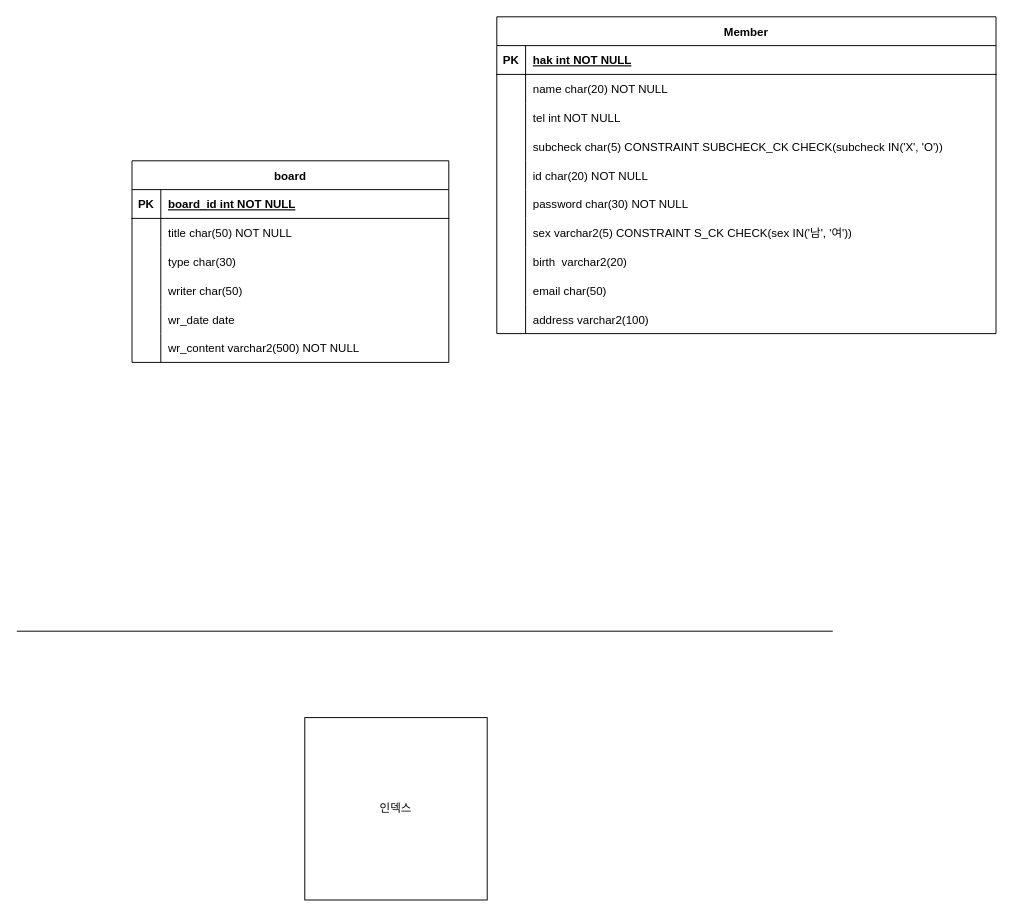
riulwoo/Yuhan_Reference_Web_Reference keeps this draw.io diagram as Untitled Diagram.drawio. Above is the earlier version. Source tidied: cells renumbered, new cells numbered last; positions are measured from the earlier drawing's top-left corner, leaving out a move shared by most shapes. Both pictures are drawn from the tidied source at 96%, with x=0, y=0 at pixel (16, 16).
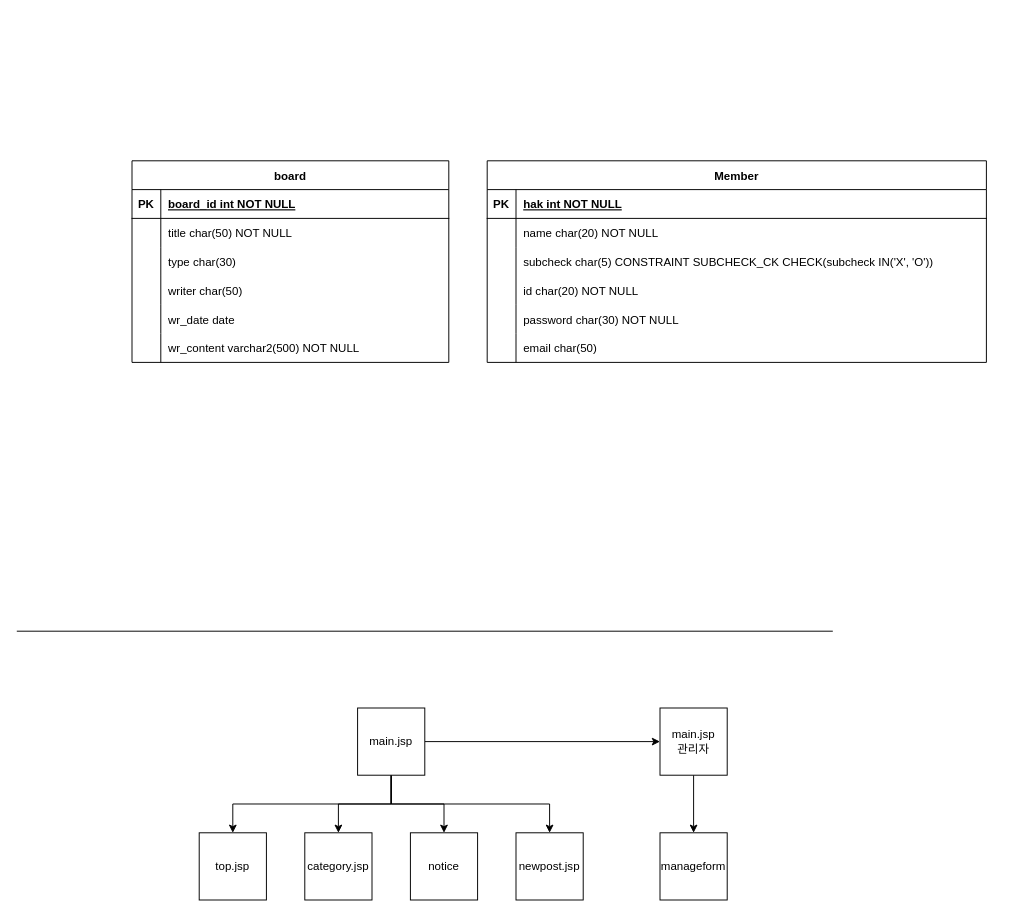
Above is the later version.

The edit, as a diff of the source:
```diff
@@
     <mxCell id="2" value="Member" style="shape=table;startSize=30;childLayout=tableLayout;rowLines=0;fontStyle=1;align=center;" parent="1" vertex="1">
-      <mxGeometry x="500" width="520" height="330" as="geometry" />
+      <mxGeometry x="490" y="150" width="520" height="210" as="geometry" />
     </mxCell>
@@
-    <mxCell id="9" style="shape=tableRow;horizontal=0;startSize=0;swimlaneHead=0;swimlaneBody=0;fillColor=none;top=0;left=0;right=0;bottom=0;" parent="2" vertex="1">
-      <mxGeometry y="90" width="520" height="30" as="geometry" />
-    </mxCell>
-    <mxCell id="10" style="shape=partialRectangle;overflow=hidden;fillColor=none;top=0;left=0;bottom=0;right=0;" parent="9" vertex="1">
-      <mxGeometry width="30" height="30" as="geometry" />
-    </mxCell>
-    <mxCell id="11" value="tel int NOT NULL" style="shape=partialRectangle;overflow=hidden;fillColor=none;align=left;top=0;left=0;bottom=0;right=0;spacingLeft=6;" parent="9" vertex="1">
-      <mxGeometry x="30" width="490" height="30" as="geometry" />
-    </mxCell>
     <mxCell id="12" style="shape=tableRow;horizontal=0;startSize=0;swimlaneHead=0;swimlaneBody=0;fillColor=none;top=0;left=0;right=0;bottom=0;" parent="2" vertex="1">
-      <mxGeometry y="120" width="520" height="30" as="geometry" />
+      <mxGeometry y="90" width="520" height="30" as="geometry" />
     </mxCell>
@@
     <mxCell id="15" style="shape=tableRow;horizontal=0;startSize=0;swimlaneHead=0;swimlaneBody=0;fillColor=none;top=0;left=0;right=0;bottom=0;" parent="2" vertex="1">
-      <mxGeometry y="150" width="520" height="30" as="geometry" />
+      <mxGeometry y="120" width="520" height="30" as="geometry" />
     </mxCell>
@@
     <mxCell id="18" style="shape=tableRow;horizontal=0;startSize=0;swimlaneHead=0;swimlaneBody=0;fillColor=none;top=0;left=0;right=0;bottom=0;" parent="2" vertex="1">
-      <mxGeometry y="180" width="520" height="30" as="geometry" />
+      <mxGeometry y="150" width="520" height="30" as="geometry" />
     </mxCell>
@@
-    <mxCell id="21" style="shape=tableRow;horizontal=0;startSize=0;swimlaneHead=0;swimlaneBody=0;fillColor=none;top=0;left=0;right=0;bottom=0;" parent="2" vertex="1">
-      <mxGeometry y="210" width="520" height="30" as="geometry" />
-    </mxCell>
-    <mxCell id="22" style="shape=partialRectangle;overflow=hidden;fillColor=none;top=0;left=0;bottom=0;right=0;" parent="21" vertex="1">
-      <mxGeometry width="30" height="30" as="geometry" />
-    </mxCell>
-    <mxCell id="23" value="sex varchar2(5) CONSTRAINT S_CK CHECK(sex IN('남', '여'))" style="shape=partialRectangle;overflow=hidden;fillColor=none;align=left;top=0;left=0;bottom=0;right=0;spacingLeft=6;" parent="21" vertex="1">
-      <mxGeometry x="30" width="490" height="30" as="geometry" />
-    </mxCell>
-    <mxCell id="24" style="shape=tableRow;horizontal=0;startSize=0;swimlaneHead=0;swimlaneBody=0;fillColor=none;top=0;left=0;right=0;bottom=0;" parent="2" vertex="1">
-      <mxGeometry y="240" width="520" height="30" as="geometry" />
-    </mxCell>
-    <mxCell id="25" style="shape=partialRectangle;overflow=hidden;fillColor=none;top=0;left=0;bottom=0;right=0;" parent="24" vertex="1">
-      <mxGeometry width="30" height="30" as="geometry" />
-    </mxCell>
-    <mxCell id="26" value="birth  varchar2(20)" style="shape=partialRectangle;overflow=hidden;fillColor=none;align=left;top=0;left=0;bottom=0;right=0;spacingLeft=6;" parent="24" vertex="1">
-      <mxGeometry x="30" width="490" height="30" as="geometry" />
-    </mxCell>
     <mxCell id="27" style="shape=tableRow;horizontal=0;startSize=0;swimlaneHead=0;swimlaneBody=0;fillColor=none;top=0;left=0;right=0;bottom=0;" parent="2" vertex="1">
-      <mxGeometry y="270" width="520" height="30" as="geometry" />
+      <mxGeometry y="180" width="520" height="30" as="geometry" />
     </mxCell>
@@
-    <mxCell id="30" style="shape=tableRow;horizontal=0;startSize=0;swimlaneHead=0;swimlaneBody=0;fillColor=none;top=0;left=0;right=0;bottom=0;" parent="2" vertex="1">
-      <mxGeometry y="300" width="520" height="30" as="geometry" />
-    </mxCell>
-    <mxCell id="31" style="shape=partialRectangle;overflow=hidden;fillColor=none;top=0;left=0;bottom=0;right=0;" parent="30" vertex="1">
-      <mxGeometry width="30" height="30" as="geometry" />
-    </mxCell>
-    <mxCell id="32" value="address varchar2(100)" style="shape=partialRectangle;overflow=hidden;fillColor=none;align=left;top=0;left=0;bottom=0;right=0;spacingLeft=6;" parent="30" vertex="1">
-      <mxGeometry x="30" width="490" height="30" as="geometry" />
-    </mxCell>
@@
+    <mxCell id="54" style="edgeStyle=orthogonalEdgeStyle;rounded=0;jettySize=auto;html=1;exitX=0.5;exitY=1;exitDx=0;exitDy=0;entryX=0.5;entryY=0;entryDx=0;entryDy=0;" parent="1" edge="1" source="53" target="59">
+      <mxGeometry relative="1" as="geometry" />
+    </mxCell>
+    <mxCell id="55" style="edgeStyle=orthogonalEdgeStyle;rounded=0;jettySize=auto;html=1;exitX=0.5;exitY=1;exitDx=0;exitDy=0;entryX=0.5;entryY=0;entryDx=0;entryDy=0;" parent="1" edge="1" source="53" target="62">
+      <mxGeometry relative="1" as="geometry" />
+    </mxCell>
+    <mxCell id="56" style="edgeStyle=orthogonalEdgeStyle;rounded=0;jettySize=auto;html=1;exitX=0.5;exitY=1;exitDx=0;exitDy=0;" parent="1" edge="1" source="53" target="63">
+      <mxGeometry relative="1" as="geometry" />
+    </mxCell>
+    <mxCell id="57" style="edgeStyle=orthogonalEdgeStyle;rounded=0;jettySize=auto;html=1;exitX=0.5;exitY=1;exitDx=0;exitDy=0;" parent="1" edge="1" source="53" target="64">
+      <mxGeometry relative="1" as="geometry" />
+    </mxCell>
+    <mxCell id="58" style="edgeStyle=orthogonalEdgeStyle;rounded=0;jettySize=auto;html=1;exitX=1;exitY=0.5;exitDx=0;exitDy=0;" parent="1" edge="1" source="53" target="61">
+      <mxGeometry relative="1" as="geometry" />
+    </mxCell>
-    <mxCell id="53" value="인덱스" style="whiteSpace=wrap;html=1;" parent="1" vertex="1">
-      <mxGeometry x="300" y="730" width="190" height="190" as="geometry" />
+    <mxCell id="53" value="main.jsp" style="whiteSpace=wrap;html=1;" parent="1" vertex="1">
+      <mxGeometry x="355" y="720" width="70" height="70" as="geometry" />
     </mxCell>
+    <mxCell id="59" value="category.jsp" style="whiteSpace=wrap;html=1;" parent="1" vertex="1">
+      <mxGeometry x="300" y="850" width="70" height="70" as="geometry" />
+    </mxCell>
+    <mxCell id="60" style="edgeStyle=orthogonalEdgeStyle;rounded=0;jettySize=auto;html=1;exitX=0.5;exitY=1;exitDx=0;exitDy=0;entryX=0.5;entryY=0;entryDx=0;entryDy=0;" parent="1" edge="1" source="61" target="65">
+      <mxGeometry relative="1" as="geometry" />
+    </mxCell>
+    <mxCell id="61" value="main.jsp&lt;br&gt;관리자" style="whiteSpace=wrap;html=1;" parent="1" vertex="1">
+      <mxGeometry x="670" y="720" width="70" height="70" as="geometry" />
+    </mxCell>
+    <mxCell id="62" value="top.jsp" style="whiteSpace=wrap;html=1;" parent="1" vertex="1">
+      <mxGeometry x="190" y="850" width="70" height="70" as="geometry" />
+    </mxCell>
+    <mxCell id="63" value="notice" style="whiteSpace=wrap;html=1;" parent="1" vertex="1">
+      <mxGeometry x="410" y="850" width="70" height="70" as="geometry" />
+    </mxCell>
+    <mxCell id="64" value="newpost.jsp" style="whiteSpace=wrap;html=1;" parent="1" vertex="1">
+      <mxGeometry x="520" y="850" width="70" height="70" as="geometry" />
+    </mxCell>
+    <mxCell id="65" value="manageform" style="whiteSpace=wrap;html=1;" parent="1" vertex="1">
+      <mxGeometry x="670" y="850" width="70" height="70" as="geometry" />
+    </mxCell>
```
